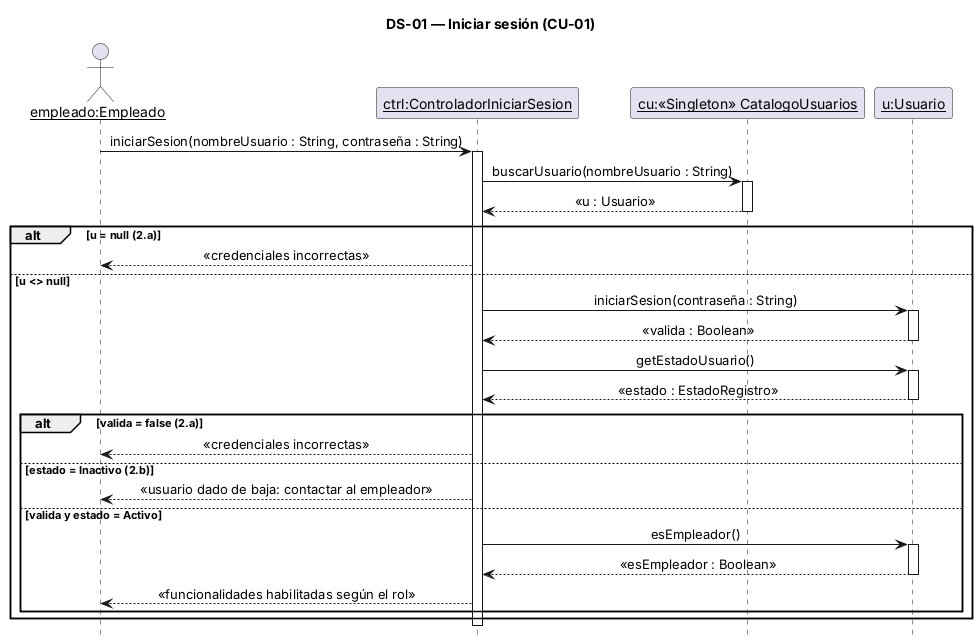
alanbalzaretti123/control-de-stock1 keeps this PlantUML diagram as 08-Diagrama De Secuencia/DS-01 Iniciar sesion.png. Above is the earlier version.
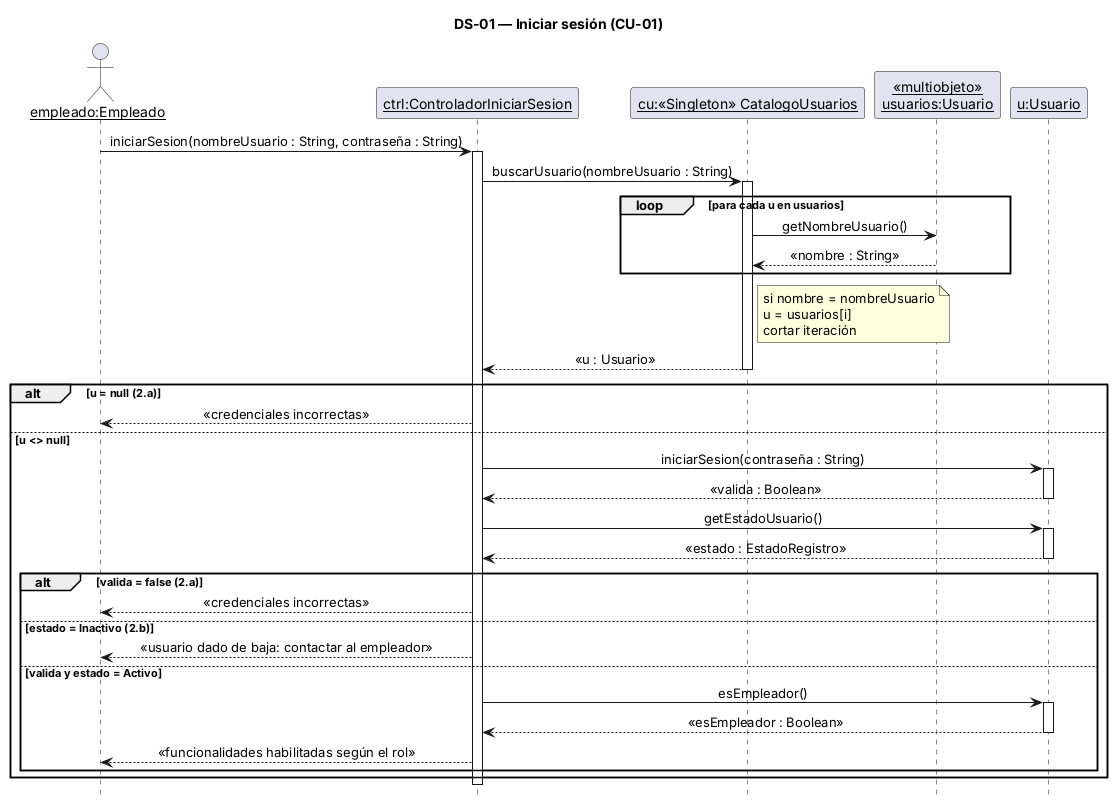
Later version of the same file.

Diff of the diagram source:
```diff
@@ -8,12 +8,18 @@
 actor "empleado:Empleado" as U
 participant "ctrl:ControladorIniciarSesion" as C
 participant "cu:«Singleton» CatalogoUsuarios" as CU
+participant "«multiobjeto»\nusuarios:Usuario" as MUS
 participant "u:Usuario" as US
 
 U -> C : iniciarSesion(nombreUsuario : String, contraseña : String)
 activate C
 C -> CU : buscarUsuario(nombreUsuario : String)
 activate CU
+loop para cada u en usuarios
+  CU -> MUS : getNombreUsuario()
+  MUS --> CU : «nombre : String»
+end
+note right of CU : si nombre = nombreUsuario\nu = usuarios[i]\ncortar iteración
 CU --> C : «u : Usuario»
 deactivate CU
 alt u = null (2.a)
```
